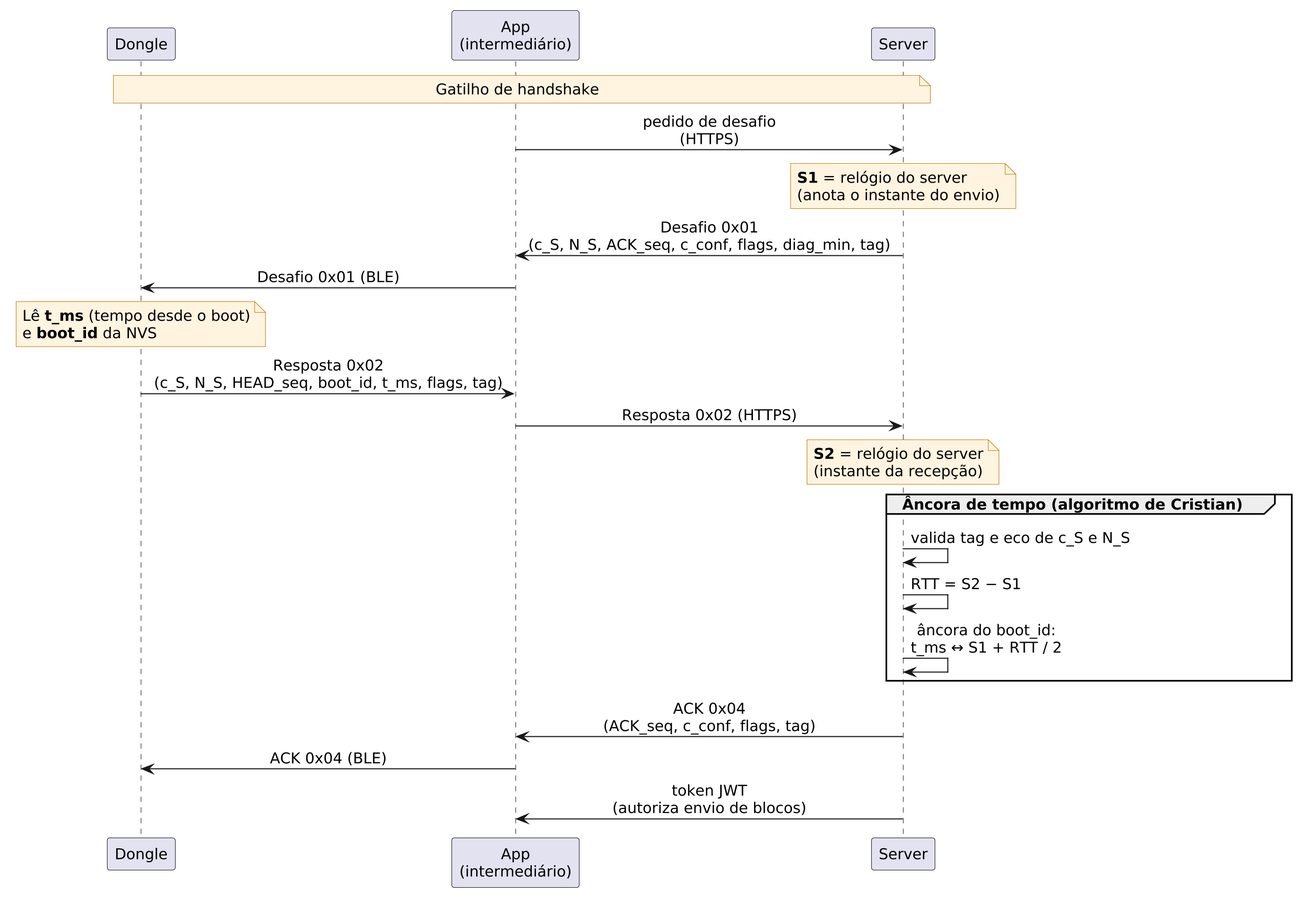
rodrigomarcolin/tccelta keeps this PlantUML diagram as latex/assets/aux-docs/handshake-sequencia.png. Above is the earlier version. Source of this version:
```plantuml
@startuml handshake-sequencia
skinparam defaultFontSize 14
skinparam dpi 200
skinparam sequenceMessageAlign center
skinparam responseMessageBelowArrow true
skinparam noteBackgroundColor #FFF4E0
skinparam noteBorderColor #C77700

participant "Dongle" as D
participant "App\n(intermediário)" as A
participant "Server" as S

note over D, S : Gatilho de handshake
A -> S : pedido de desafio\n(HTTPS)

note over S
  **S1** = relógio do server
  (anota o instante do envio)
end note

S -> A : Desafio 0x01\n(c_S, N_S, ACK_seq, c_conf, flags, diag_min, tag)
A -> D : Desafio 0x01 (BLE)

note over D
  Lê **t_ms** (tempo desde o boot)
  e **boot_id** da NVS
end note

D -> A : Resposta 0x02\n(c_S, N_S, HEAD_seq, boot_id, t_ms, flags, tag)
A -> S : Resposta 0x02 (HTTPS)

note over S
  **S2** = relógio do server
  (instante da recepção)
end note

group Âncora de tempo (algoritmo de Cristian)
  S -> S : valida tag e eco de c_S e N_S
  S -> S : RTT = S2 − S1
  S -> S : âncora do boot_id:\nt_ms ↔ S1 + RTT / 2
end

S -> A : ACK 0x04\n(ACK_seq, c_conf, flags, tag)
A -> D : ACK 0x04 (BLE)
S -> A : token JWT\n(autoriza envio de blocos)
@enduml
```
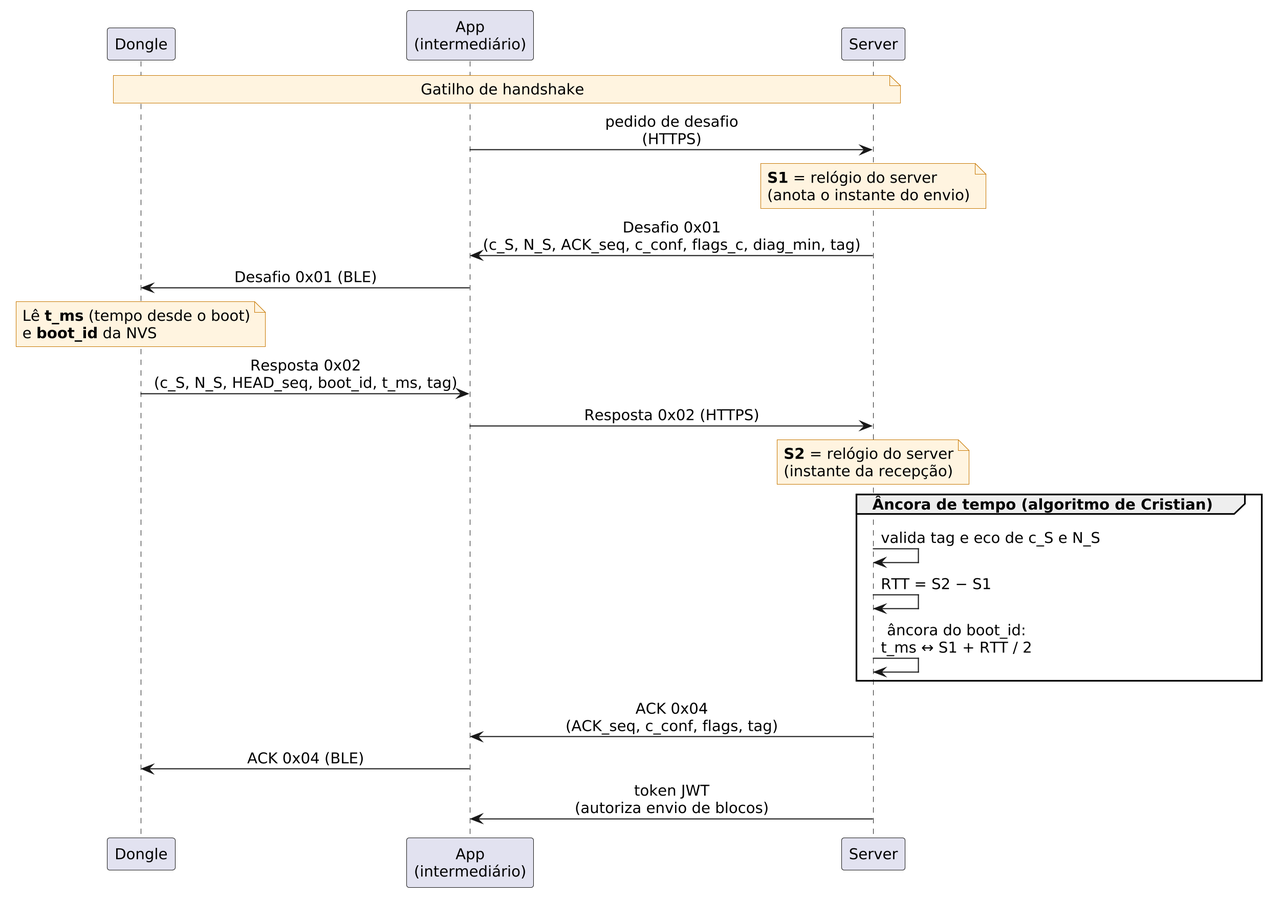
The same file after the commit.

What changed in the source:
```diff
@@ -18,7 +18,7 @@
   (anota o instante do envio)
 end note
 
-S -> A : Desafio 0x01\n(c_S, N_S, ACK_seq, c_conf, flags, diag_min, tag)
+S -> A : Desafio 0x01\n(c_S, N_S, ACK_seq, c_conf, flags_c, diag_min, tag)
 A -> D : Desafio 0x01 (BLE)
 
 note over D
@@ -26,7 +26,7 @@
   e **boot_id** da NVS
 end note
 
-D -> A : Resposta 0x02\n(c_S, N_S, HEAD_seq, boot_id, t_ms, flags, tag)
+D -> A : Resposta 0x02\n(c_S, N_S, HEAD_seq, boot_id, t_ms, tag)
 A -> S : Resposta 0x02 (HTTPS)
 
 note over S
```
